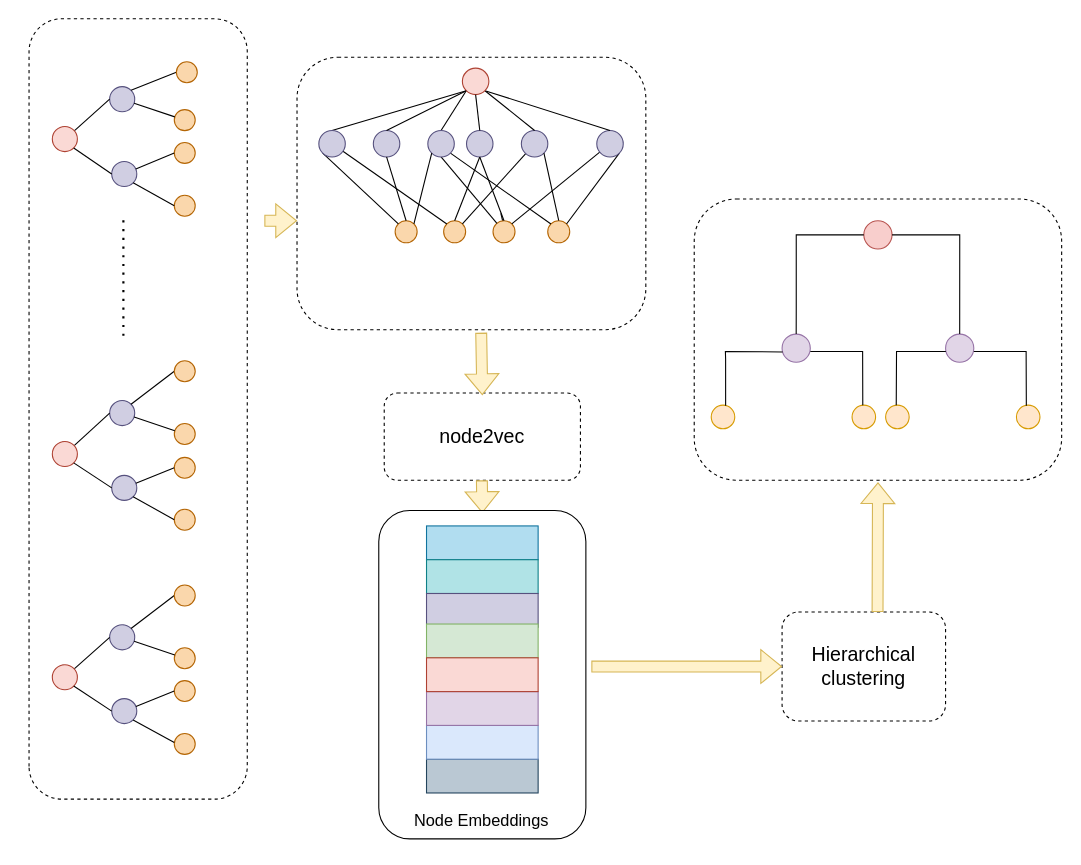
The draw.io diagram page "Page-4" (1 of 5) of img/Diagram.drawio in habibsifat/ConsensusTree, before the edit. Source tidied: cells renumbered, new cells numbered last; positions are measured from the earlier drawing's top-left corner, leaving out a move shared by most shapes. Both pictures are drawn from the tidied source at 109%, with x=0, y=0 at pixel (-253, 52).
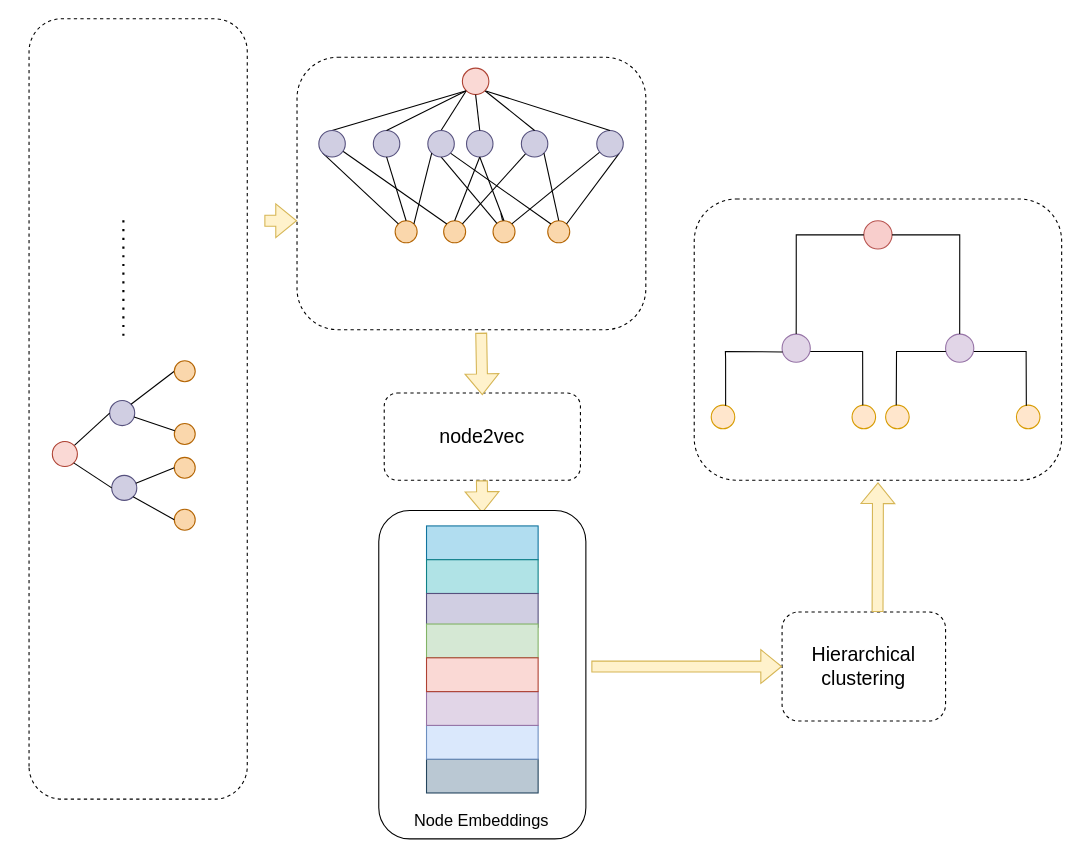
After the change.

Unchanged cells that the change refers to:
```xml
<mxCell id="4" style="group;" parent="1" vertex="1">
  <mxGeometry x="504" y="4" width="320" height="250" as="geometry" />
</mxCell>
<mxCell id="70" style="group;" parent="1" vertex="1">
  <mxGeometry x="248.8" y="-0.5" width="219" height="654.5" as="geometry" />
</mxCell>
```

The edit, as a diff of the source:
```diff
@@
-    <mxCell id="8" style="ellipse;whiteSpace=wrap;html=1;fontSize=20;rotation=0;fillColor=#fad7ac;strokeColor=#b46504;" parent="4" vertex="1">
+    <mxCell id="8" style="ellipse;whiteSpace=wrap;html=1;fontSize=20;rotation=0;fillColor=#fad7ac;strokeColor=#b46504;direction=east;" parent="4" vertex="1">
       <mxGeometry x="90" y="150" width="20.2" height="20.2" as="geometry" />
     </mxCell>
-    <mxCell id="9" style="ellipse;whiteSpace=wrap;html=1;fontSize=20;rotation=0;fillColor=#fad7ac;strokeColor=#b46504;" parent="4" vertex="1">
+    <mxCell id="9" style="ellipse;whiteSpace=wrap;html=1;fontSize=20;rotation=0;fillColor=#fad7ac;strokeColor=#b46504;direction=east;" parent="4" vertex="1">
       <mxGeometry x="134.5" y="150" width="20.2" height="20.2" as="geometry" />
     </mxCell>
@@
-    <mxCell id="11" style="ellipse;whiteSpace=wrap;html=1;fontSize=20;rotation=0;fillColor=#fad7ac;strokeColor=#b46504;" parent="4" vertex="1">
+    <mxCell id="11" style="ellipse;whiteSpace=wrap;html=1;fontSize=20;rotation=0;fillColor=#fad7ac;strokeColor=#b46504;direction=east;" parent="4" vertex="1">
       <mxGeometry x="179.8" y="150" width="20.2" height="20.2" as="geometry" />
     </mxCell>
-    <mxCell id="12" style="ellipse;whiteSpace=wrap;html=1;fontSize=20;rotation=0;fillColor=#fad7ac;strokeColor=#b46504;" parent="4" vertex="1">
+    <mxCell id="12" style="ellipse;whiteSpace=wrap;html=1;fontSize=20;rotation=0;fillColor=#fad7ac;strokeColor=#b46504;direction=east;" parent="4" vertex="1">
       <mxGeometry x="230" y="150" width="20.2" height="20.2" as="geometry" />
     </mxCell>
@@
-    <mxCell id="22" value="&lt;b&gt;&lt;br&gt;&lt;/b&gt;" style="ellipse;whiteSpace=wrap;html=1;fontSize=20;fillColor=#d0cee2;rotation=0;strokeColor=#56517e;" parent="4" vertex="1">
+    <mxCell id="22" value="&lt;b&gt;&lt;br&gt;&lt;/b&gt;" style="ellipse;whiteSpace=wrap;html=1;fontSize=20;fillColor=#d0cee2;rotation=0;strokeColor=#56517e;direction=east;" parent="4" vertex="1">
       <mxGeometry x="205.8" y="67.2" width="24.3" height="24.3" as="geometry" />
     </mxCell>
-    <mxCell id="23" value="&lt;b&gt;&lt;br&gt;&lt;/b&gt;" style="ellipse;whiteSpace=wrap;html=1;fontSize=20;fillColor=#d0cee2;rotation=0;strokeColor=#56517e;" parent="4" vertex="1">
+    <mxCell id="23" value="&lt;b&gt;&lt;br&gt;&lt;/b&gt;" style="ellipse;whiteSpace=wrap;html=1;fontSize=20;fillColor=#d0cee2;rotation=0;strokeColor=#56517e;direction=east;" parent="4" vertex="1">
       <mxGeometry x="275" y="67.2" width="24.3" height="24.3" as="geometry" />
     </mxCell>
@@
-    <mxCell id="26" value="&lt;b&gt;&lt;br&gt;&lt;/b&gt;" style="ellipse;whiteSpace=wrap;html=1;fontSize=20;rotation=0;fillColor=#fad9d5;strokeColor=#ae4132;" parent="4" vertex="1">
+    <mxCell id="26" value="&lt;b&gt;&lt;br&gt;&lt;/b&gt;" style="ellipse;whiteSpace=wrap;html=1;fontSize=20;rotation=0;fillColor=#fad9d5;strokeColor=#ae4132;direction=east;" parent="4" vertex="1">
       <mxGeometry x="151.7" y="10" width="24.3" height="24.3" as="geometry" />
     </mxCell>
@@
-    <mxCell id="28" value="&lt;b&gt;&lt;br&gt;&lt;/b&gt;" style="ellipse;whiteSpace=wrap;html=1;fontSize=20;fillColor=#d0cee2;rotation=0;strokeColor=#56517e;" parent="4" vertex="1">
+    <mxCell id="28" value="&lt;b&gt;&lt;br&gt;&lt;/b&gt;" style="ellipse;whiteSpace=wrap;html=1;fontSize=20;fillColor=#d0cee2;rotation=0;strokeColor=#56517e;direction=east;" parent="4" vertex="1">
       <mxGeometry x="20" y="67.2" width="24.3" height="24.3" as="geometry" />
     </mxCell>
-    <mxCell id="29" value="&lt;b&gt;&lt;br&gt;&lt;/b&gt;" style="ellipse;whiteSpace=wrap;html=1;fontSize=20;fillColor=#d0cee2;rotation=0;strokeColor=#56517e;" parent="4" vertex="1">
+    <mxCell id="29" value="&lt;b&gt;&lt;br&gt;&lt;/b&gt;" style="ellipse;whiteSpace=wrap;html=1;fontSize=20;fillColor=#d0cee2;rotation=0;strokeColor=#56517e;direction=east;" parent="4" vertex="1">
       <mxGeometry x="120" y="67.2" width="24.3" height="24.3" as="geometry" />
     </mxCell>
-    <mxCell id="30" value="&lt;b&gt;&lt;br&gt;&lt;/b&gt;" style="ellipse;whiteSpace=wrap;html=1;fontSize=20;fillColor=#d0cee2;rotation=0;strokeColor=#56517e;" parent="4" vertex="1">
+    <mxCell id="30" value="&lt;b&gt;&lt;br&gt;&lt;/b&gt;" style="ellipse;whiteSpace=wrap;html=1;fontSize=20;fillColor=#d0cee2;rotation=0;strokeColor=#56517e;direction=east;" parent="4" vertex="1">
       <mxGeometry x="70" y="67.2" width="24.3" height="24.3" as="geometry" />
     </mxCell>
-    <mxCell id="31" value="&lt;b&gt;&lt;br&gt;&lt;/b&gt;" style="ellipse;whiteSpace=wrap;html=1;fontSize=20;fillColor=#d0cee2;rotation=0;strokeColor=#56517e;" parent="4" vertex="1">
+    <mxCell id="31" value="&lt;b&gt;&lt;br&gt;&lt;/b&gt;" style="ellipse;whiteSpace=wrap;html=1;fontSize=20;fillColor=#d0cee2;rotation=0;strokeColor=#56517e;direction=east;" parent="4" vertex="1">
       <mxGeometry x="155.5" y="67.2" width="24.3" height="24.3" as="geometry" />
     </mxCell>
@@
-    <mxCell id="73" style="endArrow=none;html=1;rounded=0;" parent="70" edge="1" source="79">
-      <mxGeometry relative="1" as="geometry">
-        <mxPoint x="40.4" y="565.5" as="targetPoint" />
-      </mxGeometry>
-    </mxCell>
-    <mxCell id="74" style="endArrow=none;html=1;rounded=0;" parent="70" edge="1" source="77">
-      <mxGeometry relative="1" as="geometry">
-        <mxPoint x="95.9" y="528" as="targetPoint" />
-      </mxGeometry>
-    </mxCell>
-    <mxCell id="75" style="endArrow=none;html=1;rounded=0;" parent="70" edge="1" target="76">
-      <mxGeometry relative="1" as="geometry">
-        <mxPoint x="95.9" y="603.9" as="sourcePoint" />
-      </mxGeometry>
-    </mxCell>
-    <mxCell id="76" value="&lt;b&gt;&lt;br&gt;&lt;/b&gt;" style="ellipse;whiteSpace=wrap;html=1;fontSize=20;fillColor=#d0cee2;rotation=-90;strokeColor=#56517e;" parent="70" vertex="1">
-      <mxGeometry x="85.2" y="592.9" width="23" height="23" as="geometry" />
-    </mxCell>
-    <mxCell id="77" value="&lt;b&gt;&lt;br&gt;&lt;/b&gt;" style="ellipse;whiteSpace=wrap;html=1;fontSize=20;fillColor=#d0cee2;rotation=-90;strokeColor=#56517e;" parent="70" vertex="1">
-      <mxGeometry x="83.3" y="525.2" width="23" height="23" as="geometry" />
-    </mxCell>
-    <mxCell id="78" style="endArrow=none;html=1;rounded=0;exitX=0.5;exitY=0;exitDx=0;exitDy=0;" parent="70" edge="1" source="77" target="79">
-      <mxGeometry relative="1" as="geometry" />
-    </mxCell>
-    <mxCell id="79" value="&lt;b&gt;&lt;br&gt;&lt;/b&gt;" style="ellipse;whiteSpace=wrap;html=1;fontSize=20;fillColor=#fad9d5;rotation=-90;strokeColor=#ae4132;" parent="70" vertex="1">
-      <mxGeometry x="30.7" y="561.8" width="23" height="23" as="geometry" />
-    </mxCell>
-    <mxCell id="80" style="endArrow=none;html=1;rounded=0;fontSize=12;startSize=8;endSize=8;curved=1;exitX=1;exitY=1;exitDx=0;exitDy=0;entryX=0.5;entryY=0;entryDx=0;entryDy=0;" parent="70" edge="1" source="77" target="86">
-      <mxGeometry relative="1" as="geometry" />
-    </mxCell>
-    <mxCell id="81" style="ellipse;whiteSpace=wrap;html=1;fontSize=20;rotation=-90;fillColor=#fad7ac;strokeColor=#b46504;" parent="70" vertex="1">
-      <mxGeometry x="142.6" y="624.9" width="19.2" height="19.2" as="geometry" />
-    </mxCell>
-    <mxCell id="82" style="ellipse;whiteSpace=wrap;html=1;fontSize=20;rotation=-90;fillColor=#fad7ac;strokeColor=#b46504;" parent="70" vertex="1">
-      <mxGeometry x="142.6" y="576.4" width="19.2" height="19.2" as="geometry" />
-    </mxCell>
-    <mxCell id="83" style="endArrow=none;html=1;rounded=0;entryX=0.5;entryY=0;entryDx=0;entryDy=0;" parent="70" edge="1" source="76" target="82">
-      <mxGeometry relative="1" as="geometry" />
-    </mxCell>
-    <mxCell id="84" style="endArrow=none;html=1;rounded=0;" parent="70" edge="1" target="85">
-      <mxGeometry relative="1" as="geometry">
-        <mxPoint x="150.4" y="556.3" as="sourcePoint" />
-      </mxGeometry>
-    </mxCell>
-    <mxCell id="85" style="ellipse;whiteSpace=wrap;html=1;fontSize=20;rotation=-90;fillColor=#fad7ac;strokeColor=#b46504;" parent="70" vertex="1">
-      <mxGeometry x="142.6" y="546.3" width="19.2" height="19.2" as="geometry" />
-    </mxCell>
-    <mxCell id="86" style="ellipse;whiteSpace=wrap;html=1;fontSize=20;rotation=-90;fillColor=#fad7ac;strokeColor=#b46504;" parent="70" vertex="1">
-      <mxGeometry x="142.6" y="488.7" width="19.2" height="19.2" as="geometry" />
-    </mxCell>
-    <mxCell id="87" style="endArrow=none;html=1;rounded=0;" parent="70" edge="1" source="85" target="77">
-      <mxGeometry relative="1" as="geometry" />
-    </mxCell>
-    <mxCell id="88" style="endArrow=none;html=1;rounded=0;fontSize=12;startSize=8;endSize=8;curved=1;entryX=0;entryY=1;entryDx=0;entryDy=0;exitX=0.5;exitY=0;exitDx=0;exitDy=0;" parent="70" edge="1" source="76" target="79">
-      <mxGeometry relative="1" as="geometry" />
-    </mxCell>
-    <mxCell id="89" style="endArrow=none;html=1;rounded=0;fontSize=12;startSize=8;endSize=8;curved=1;entryX=0;entryY=1;entryDx=0;entryDy=0;exitX=0.5;exitY=0;exitDx=0;exitDy=0;" parent="70" edge="1" target="76">
-      <mxGeometry relative="1" as="geometry">
-        <mxPoint x="142.6" y="633.1" as="sourcePoint" />
-      </mxGeometry>
-    </mxCell>
@@
-    <mxCell id="107" style="endArrow=none;html=1;rounded=0;" parent="70" edge="1" source="113">
-      <mxGeometry relative="1" as="geometry">
-        <mxPoint x="40.4" y="71.8" as="targetPoint" />
-      </mxGeometry>
-    </mxCell>
-    <mxCell id="108" style="endArrow=none;html=1;rounded=0;" parent="70" edge="1" source="111">
-      <mxGeometry relative="1" as="geometry">
-        <mxPoint x="95.9" y="34.3" as="targetPoint" />
-      </mxGeometry>
-    </mxCell>
-    <mxCell id="109" style="endArrow=none;html=1;rounded=0;" parent="70" edge="1" target="110">
-      <mxGeometry relative="1" as="geometry">
-        <mxPoint x="95.9" y="110.2" as="sourcePoint" />
-      </mxGeometry>
-    </mxCell>
-    <mxCell id="110" value="&lt;b&gt;&lt;br&gt;&lt;/b&gt;" style="ellipse;whiteSpace=wrap;html=1;fontSize=20;fillColor=#d0cee2;rotation=-90;strokeColor=#56517e;" parent="70" vertex="1">
-      <mxGeometry x="85.2" y="100.1" width="23" height="23" as="geometry" />
-    </mxCell>
-    <mxCell id="111" value="&lt;b&gt;&lt;br&gt;&lt;/b&gt;" style="ellipse;whiteSpace=wrap;html=1;fontSize=20;fillColor=#d0cee2;rotation=-90;strokeColor=#56517e;" parent="70" vertex="1">
-      <mxGeometry x="83.3" y="31.5" width="23" height="23" as="geometry" />
-    </mxCell>
-    <mxCell id="112" style="endArrow=none;html=1;rounded=0;exitX=0.5;exitY=0;exitDx=0;exitDy=0;" parent="70" edge="1" source="111" target="113">
-      <mxGeometry relative="1" as="geometry" />
-    </mxCell>
-    <mxCell id="113" value="&lt;b&gt;&lt;br&gt;&lt;/b&gt;" style="ellipse;whiteSpace=wrap;html=1;fontSize=20;fillColor=#fad9d5;rotation=-90;strokeColor=#ae4132;" parent="70" vertex="1">
-      <mxGeometry x="30.7" y="68.1" width="23" height="23" as="geometry" />
-    </mxCell>
-    <mxCell id="114" style="endArrow=none;html=1;rounded=0;fontSize=12;startSize=8;endSize=8;curved=1;exitX=1;exitY=1;exitDx=0;exitDy=0;entryX=0.5;entryY=0;entryDx=0;entryDy=0;" parent="70" edge="1" source="111" target="119">
-      <mxGeometry relative="1" as="geometry" />
-    </mxCell>
-    <mxCell id="115" style="ellipse;whiteSpace=wrap;html=1;fontSize=20;rotation=-90;fillColor=#fad7ac;strokeColor=#b46504;" parent="70" vertex="1">
-      <mxGeometry x="142.6" y="131.2" width="19.2" height="19.2" as="geometry" />
-    </mxCell>
-    <mxCell id="116" style="ellipse;whiteSpace=wrap;html=1;fontSize=20;rotation=-90;fillColor=#fad7ac;strokeColor=#b46504;" parent="70" vertex="1">
-      <mxGeometry x="142.6" y="82.7" width="19.2" height="19.2" as="geometry" />
-    </mxCell>
-    <mxCell id="117" style="endArrow=none;html=1;rounded=0;" parent="70" edge="1" target="118">
-      <mxGeometry relative="1" as="geometry">
-        <mxPoint x="150.4" y="62.6" as="sourcePoint" />
-      </mxGeometry>
-    </mxCell>
-    <mxCell id="118" style="ellipse;whiteSpace=wrap;html=1;fontSize=20;rotation=-90;fillColor=#fad7ac;strokeColor=#b46504;" parent="70" vertex="1">
-      <mxGeometry x="142.6" y="52.6" width="19.2" height="19.2" as="geometry" />
-    </mxCell>
-    <mxCell id="119" style="ellipse;whiteSpace=wrap;html=1;fontSize=20;rotation=-90;fillColor=#fad7ac;strokeColor=#b46504;" parent="70" vertex="1">
-      <mxGeometry x="144.5" y="8.7" width="19.2" height="19.2" as="geometry" />
-    </mxCell>
-    <mxCell id="120" style="endArrow=none;html=1;rounded=0;entryX=0.5;entryY=0;entryDx=0;entryDy=0;" parent="70" edge="1" source="110" target="116">
-      <mxGeometry relative="1" as="geometry" />
-    </mxCell>
-    <mxCell id="121" style="endArrow=none;html=1;rounded=0;fontSize=12;startSize=8;endSize=8;curved=1;entryX=0;entryY=1;entryDx=0;entryDy=0;exitX=0.5;exitY=0;exitDx=0;exitDy=0;" parent="70" edge="1" source="110" target="113">
-      <mxGeometry relative="1" as="geometry" />
-    </mxCell>
-    <mxCell id="122" style="endArrow=none;html=1;rounded=0;" parent="70" edge="1" source="118" target="111">
-      <mxGeometry relative="1" as="geometry" />
-    </mxCell>
-    <mxCell id="123" style="endArrow=none;html=1;rounded=0;fontSize=12;startSize=8;endSize=8;curved=1;entryX=0;entryY=1;entryDx=0;entryDy=0;exitX=0.5;exitY=0;exitDx=0;exitDy=0;" parent="70" edge="1" source="115" target="110">
-      <mxGeometry relative="1" as="geometry" />
-    </mxCell>
```
